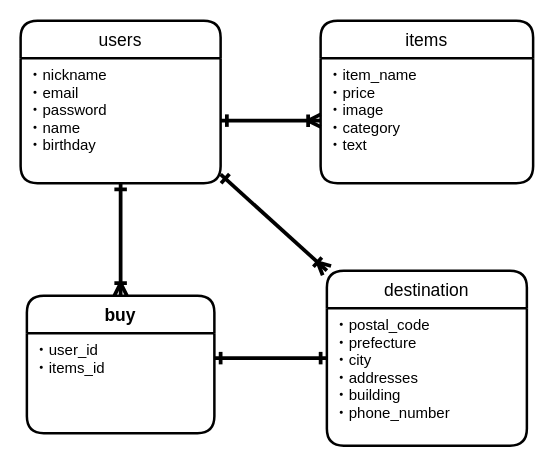
Earlier version of the draw.io diagram furima.dio (akirausui19871117/furima-33829). Source tidied: cells renumbered, new cells numbered last; positions are measured from the earlier drawing's top-left corner, leaving out a move shared by most shapes. Both pictures are drawn from the tidied source at 125%, with x=0, y=0 at pixel (20, 20).
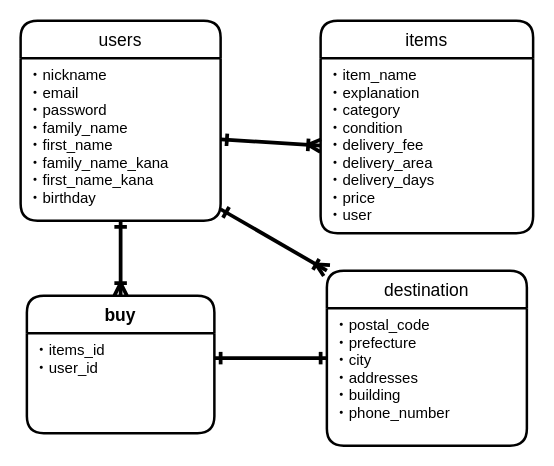
The same page after the edit.

The edit, as a diff of the source:
```diff
@@
 <mxGraphModel>
   <root>
     <mxCell id="0" />
     <mxCell id="1" parent="0" />
     <mxCell id="2" value="users" style="swimlane;horizontal=1;startSize=30;rounded=1;fontSize=14;fontStyle=0;strokeWidth=2;shadow=0;dashed=0;align=center;" parent="1" vertex="1">
-      <mxGeometry width="160" height="130" as="geometry" />
+      <mxGeometry width="160" height="160" as="geometry" />
     </mxCell>
-    <mxCell id="3" value="・nickname&#10;・email&#10;・password&#10;・name&#10;・birthday&#10;" style="align=left;strokeColor=none;fillColor=none;spacingLeft=4;fontSize=12;verticalAlign=top;" parent="2" vertex="1">
-      <mxGeometry y="30" width="160" height="100" as="geometry" />
+    <mxCell id="3" value="・nickname&#10;・email&#10;・password&#10;・family_name&#10;・first_name &#10;・family_name_kana&#10;・first_name_kana&#10;・birthday" style="align=left;strokeColor=none;fillColor=none;spacingLeft=4;fontSize=12;verticalAlign=top;" parent="2" vertex="1">
+      <mxGeometry y="30" width="160" height="130" as="geometry" />
     </mxCell>
     <mxCell id="4" value="items" style="swimlane;horizontal=1;startSize=30;rounded=1;fontSize=14;fontStyle=0;strokeWidth=2;shadow=0;dashed=0;align=center;" parent="1" vertex="1">
-      <mxGeometry x="240" width="170" height="130" as="geometry" />
+      <mxGeometry x="240" width="170" height="170" as="geometry" />
     </mxCell>
-    <mxCell id="5" value="・item_name&#10;・price&#10;・image&#10;・category&#10;・text&#10;" style="align=left;strokeColor=none;fillColor=none;spacingLeft=4;fontSize=12;verticalAlign=top;" parent="4" vertex="1">
-      <mxGeometry y="30" width="170" height="100" as="geometry" />
+    <mxCell id="5" value="・item_name&#10;・explanation &#10;・category &#10;・condition &#10;・delivery_fee &#10;・delivery_area&#10;・delivery_days&#10;・price &#10;・user" style="align=left;strokeColor=none;fillColor=none;spacingLeft=4;fontSize=12;verticalAlign=top;" parent="4" vertex="1">
+      <mxGeometry y="30" width="170" height="140" as="geometry" />
     </mxCell>
     <mxCell id="6" style="edgeStyle=none;jettySize=auto;html=1;exitX=0.5;exitY=0;exitDx=0;exitDy=0;entryX=0.5;entryY=1;entryDx=0;entryDy=0;startArrow=ERoneToMany;startFill=0;endArrow=ERone;endFill=0;strokeWidth=3;fontSize=10;" parent="1" edge="1" source="7" target="3">
       <mxGeometry relative="1" as="geometry" />
     </mxCell>
     <mxCell id="7" value="buy" style="swimlane;horizontal=1;startSize=30;rounded=1;fontSize=14;fontStyle=1;strokeWidth=2;shadow=0;dashed=0;align=center;" parent="1" vertex="1">
       <mxGeometry x="5" y="220" width="150" height="110" as="geometry" />
     </mxCell>
-    <mxCell id="8" value="・user_id&#10;・items_id&#10;" style="align=left;strokeColor=none;fillColor=none;spacingLeft=4;fontSize=12;verticalAlign=top;" parent="7" vertex="1">
+    <mxCell id="8" value="・items_id&#10;・user_id&#10;" style="align=left;strokeColor=none;fillColor=none;spacingLeft=4;fontSize=12;verticalAlign=top;" parent="7" vertex="1">
       <mxGeometry y="30" width="150" height="80" as="geometry" />
     </mxCell>
     <mxCell id="9" style="edgeStyle=none;jettySize=auto;html=1;exitX=0;exitY=0;exitDx=0;exitDy=0;entryX=1;entryY=0.93;entryDx=0;entryDy=0;entryPerimeter=0;startArrow=ERoneToMany;startFill=0;endArrow=ERone;endFill=0;strokeWidth=3;fontSize=10;" parent="1" edge="1" source="11" target="3">
       <mxGeometry relative="1" as="geometry" />
     </mxCell>
     <mxCell id="10" style="edgeStyle=none;jettySize=auto;html=1;exitX=0;exitY=0.5;exitDx=0;exitDy=0;entryX=1;entryY=0.25;entryDx=0;entryDy=0;startArrow=ERone;startFill=0;endArrow=ERone;endFill=0;strokeWidth=3;fontSize=10;" parent="1" edge="1" source="11" target="8">
       <mxGeometry relative="1" as="geometry" />
     </mxCell>
     <mxCell id="11" value="destination" style="swimlane;horizontal=1;startSize=30;rounded=1;fontSize=14;fontStyle=0;strokeWidth=2;shadow=0;dashed=0;align=center;" parent="1" vertex="1">
       <mxGeometry x="245" y="200" width="160" height="140" as="geometry" />
     </mxCell>
     <mxCell id="12" value="・postal_code&#10;・prefecture&#10;・city&#10;・addresses&#10;・building&#10;・phone_number&#10;" style="align=left;strokeColor=none;fillColor=none;spacingLeft=4;fontSize=12;verticalAlign=top;fontStyle=0;" parent="11" vertex="1">
       <mxGeometry y="30" width="160" height="110" as="geometry" />
     </mxCell>
     <mxCell id="13" style="edgeStyle=none;jettySize=auto;html=1;exitX=0;exitY=0.5;exitDx=0;exitDy=0;entryX=1;entryY=0.5;entryDx=0;entryDy=0;startArrow=ERoneToMany;startFill=0;endArrow=ERone;endFill=0;strokeWidth=3;fontSize=10;" parent="1" edge="1" source="5" target="3">
       <mxGeometry relative="1" as="geometry" />
     </mxCell>
   </root>
 </mxGraphModel>
```
